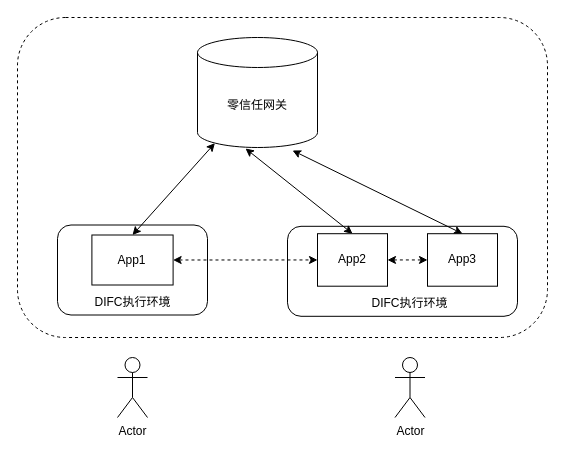
The draw.io diagram DIFC交互图.drawio in ZhuShouCheng/notebook, before the edit. Source tidied: cells renumbered, new cells numbered last; positions are measured from the earlier drawing's top-left corner, leaving out a move shared by most shapes. Both pictures are drawn from the tidied source at 100%, with x=0, y=0 at pixel (17, 17).
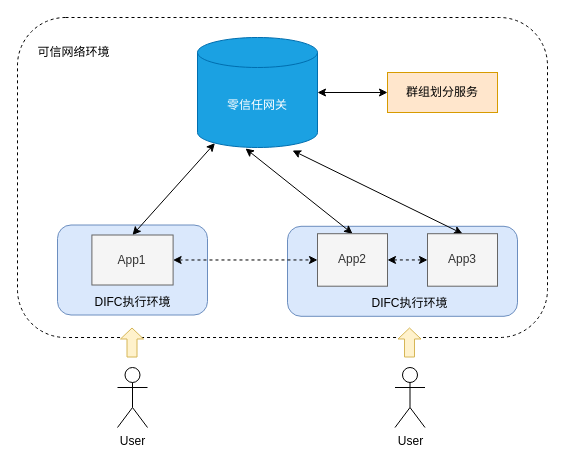
After the change.

Commit message:
更新DIFC交互图.drawio

Diff of the diagram source:
```diff
@@
-    <mxCell id="3" style="rounded=1;whiteSpace=wrap;html=1;" parent="1" vertex="1">
+    <mxCell id="3" style="rounded=1;whiteSpace=wrap;html=1;fillColor=#dae8fc;strokeColor=#6c8ebf;" parent="1" vertex="1">
       <mxGeometry x="270" y="208.8" width="230" height="90" as="geometry" />
     </mxCell>
-    <mxCell id="4" style="rounded=1;whiteSpace=wrap;html=1;" parent="1" vertex="1">
+    <mxCell id="4" style="rounded=1;whiteSpace=wrap;html=1;fillColor=#dae8fc;strokeColor=#6c8ebf;" parent="1" vertex="1">
       <mxGeometry x="40" y="207.5" width="150" height="90" as="geometry" />
     </mxCell>
@@
-    <mxCell id="7" value="App1" style="rounded=0;whiteSpace=wrap;html=1;" parent="1" vertex="1">
+    <mxCell id="7" value="App1" style="rounded=0;whiteSpace=wrap;html=1;fillColor=#f5f5f5;fontColor=#333333;strokeColor=#666666;" parent="1" vertex="1">
       <mxGeometry x="74.4" y="217.5" width="81.2" height="50" as="geometry" />
     </mxCell>
@@
-    <mxCell id="11" value="App2" style="rounded=0;whiteSpace=wrap;html=1;" parent="1" vertex="1">
+    <mxCell id="11" value="App2" style="rounded=0;whiteSpace=wrap;html=1;fillColor=#f5f5f5;fontColor=#333333;strokeColor=#666666;" parent="1" vertex="1">
       <mxGeometry x="300" y="216.2" width="70" height="52.5" as="geometry" />
     </mxCell>
@@
-    <mxCell id="14" value="App3" style="rounded=0;whiteSpace=wrap;html=1;" parent="1" vertex="1">
+    <mxCell id="14" value="App3" style="rounded=0;whiteSpace=wrap;html=1;fillColor=#f5f5f5;fontColor=#333333;strokeColor=#666666;" parent="1" vertex="1">
       <mxGeometry x="410" y="216.2" width="70" height="52.5" as="geometry" />
     </mxCell>
+    <mxCell id="18" style="edgeStyle=orthogonalEdgeStyle;rounded=0;jettySize=auto;html=1;exitX=1;exitY=0.5;exitDx=0;exitDy=0;exitPerimeter=0;entryX=0;entryY=0.5;entryDx=0;entryDy=0;startArrow=classic;startFill=1;" parent="1" edge="1" source="15" target="19">
+      <mxGeometry relative="1" as="geometry" />
+    </mxCell>
-    <mxCell id="15" value="零信任网关" style="shape=cylinder3;whiteSpace=wrap;html=1;boundedLbl=1;backgroundOutline=1;size=15;" parent="1" vertex="1">
+    <mxCell id="15" value="零信任网关" style="shape=cylinder3;whiteSpace=wrap;html=1;boundedLbl=1;backgroundOutline=1;size=15;fillColor=#1ba1e2;strokeColor=#006EAF;fontColor=#ffffff;" parent="1" vertex="1">
       <mxGeometry x="180" y="20" width="120" height="110" as="geometry" />
     </mxCell>
-    <mxCell id="16" value="Actor" style="shape=umlActor;verticalLabelPosition=bottom;verticalAlign=top;html=1;" parent="1" vertex="1">
-      <mxGeometry x="100" y="340" width="30" height="60" as="geometry" />
+    <mxCell id="16" value="User" style="shape=umlActor;verticalLabelPosition=bottom;verticalAlign=top;html=1;" parent="1" vertex="1">
+      <mxGeometry x="100" y="350" width="30" height="60" as="geometry" />
     </mxCell>
-    <mxCell id="17" value="Actor" style="shape=umlActor;verticalLabelPosition=bottom;verticalAlign=top;html=1;" parent="1" vertex="1">
-      <mxGeometry x="377.5" y="340" width="30" height="60" as="geometry" />
+    <mxCell id="17" value="User" style="shape=umlActor;verticalLabelPosition=bottom;verticalAlign=top;html=1;" parent="1" vertex="1">
+      <mxGeometry x="377.5" y="350" width="30" height="60" as="geometry" />
     </mxCell>
+    <mxCell id="19" value="群组划分服务" style="rounded=0;whiteSpace=wrap;html=1;fillColor=#ffe6cc;strokeColor=#d79b00;" parent="1" vertex="1">
+      <mxGeometry x="370" y="55" width="110" height="40" as="geometry" />
+    </mxCell>
+    <mxCell id="20" value="可信网络环境" style="text;html=1;strokeColor=none;fillColor=none;align=center;verticalAlign=middle;whiteSpace=wrap;rounded=0;" parent="1" vertex="1">
+      <mxGeometry x="13" y="20" width="87" height="30" as="geometry" />
+    </mxCell>
+    <mxCell id="21" style="shape=flexArrow;endArrow=classic;html=1;rounded=0;endWidth=12;endSize=3.33;fillColor=#fff2cc;strokeColor=#d6b656;" parent="1" edge="1">
+      <mxGeometry relative="1" as="geometry">
+        <mxPoint x="114.5" y="340" as="sourcePoint" />
+        <mxPoint x="114.5" y="310" as="targetPoint" />
+      </mxGeometry>
+    </mxCell>
+    <mxCell id="22" style="shape=flexArrow;endArrow=classic;html=1;rounded=0;endWidth=12;endSize=3.33;fillColor=#fff2cc;strokeColor=#d6b656;" parent="1" edge="1">
+      <mxGeometry relative="1" as="geometry">
+        <mxPoint x="392" y="340" as="sourcePoint" />
+        <mxPoint x="392" y="310" as="targetPoint" />
+      </mxGeometry>
+    </mxCell>
```
